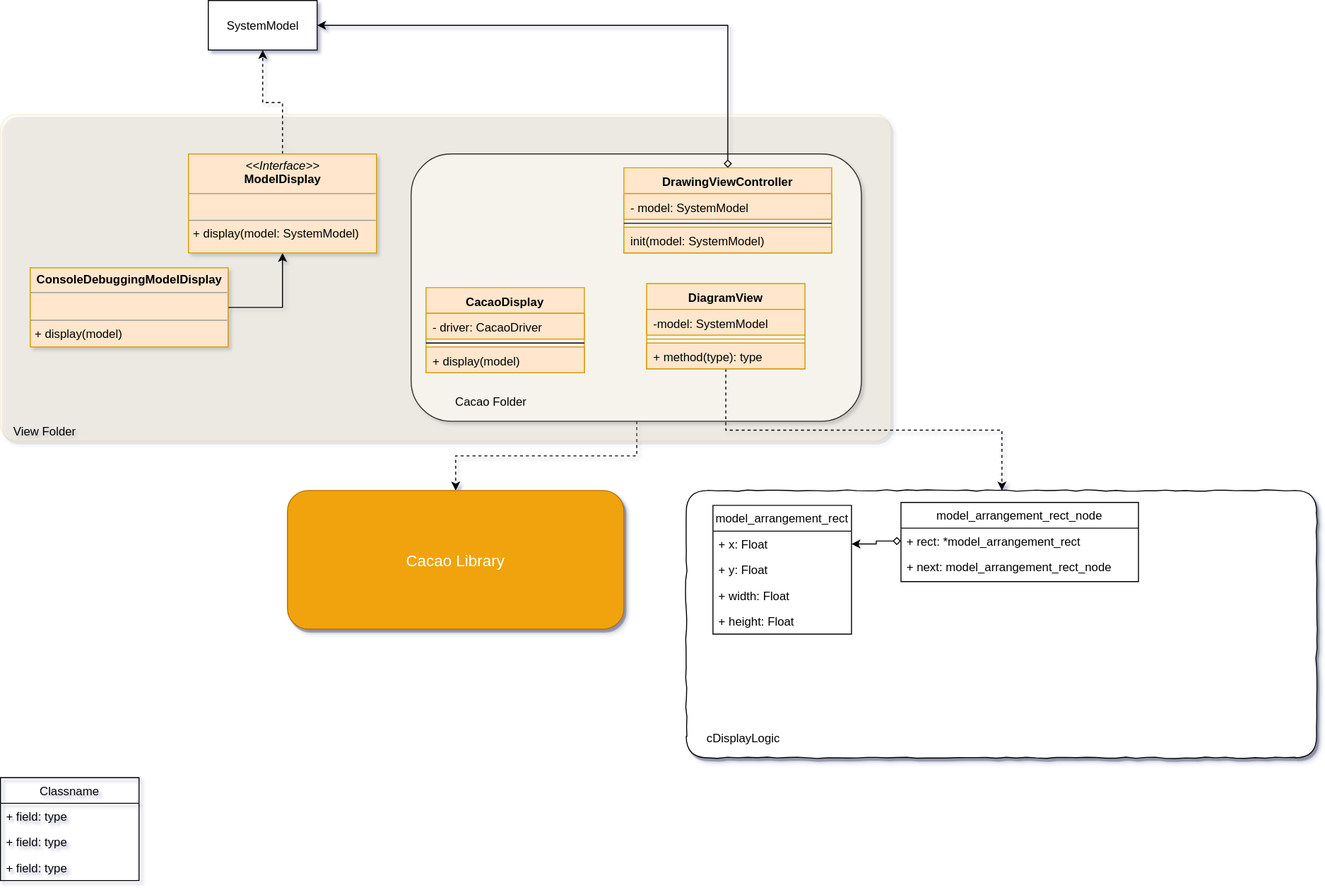
The draw.io diagram Docs/resource/SwiftCodeHelper-View.svg in kevinvandenbreemen/SwiftCodeHelper, before a commit. Source tidied: cells renumbered, new cells last; positions are measured from the earlier drawing's top-left corner, leaving out a move shared by most shapes.
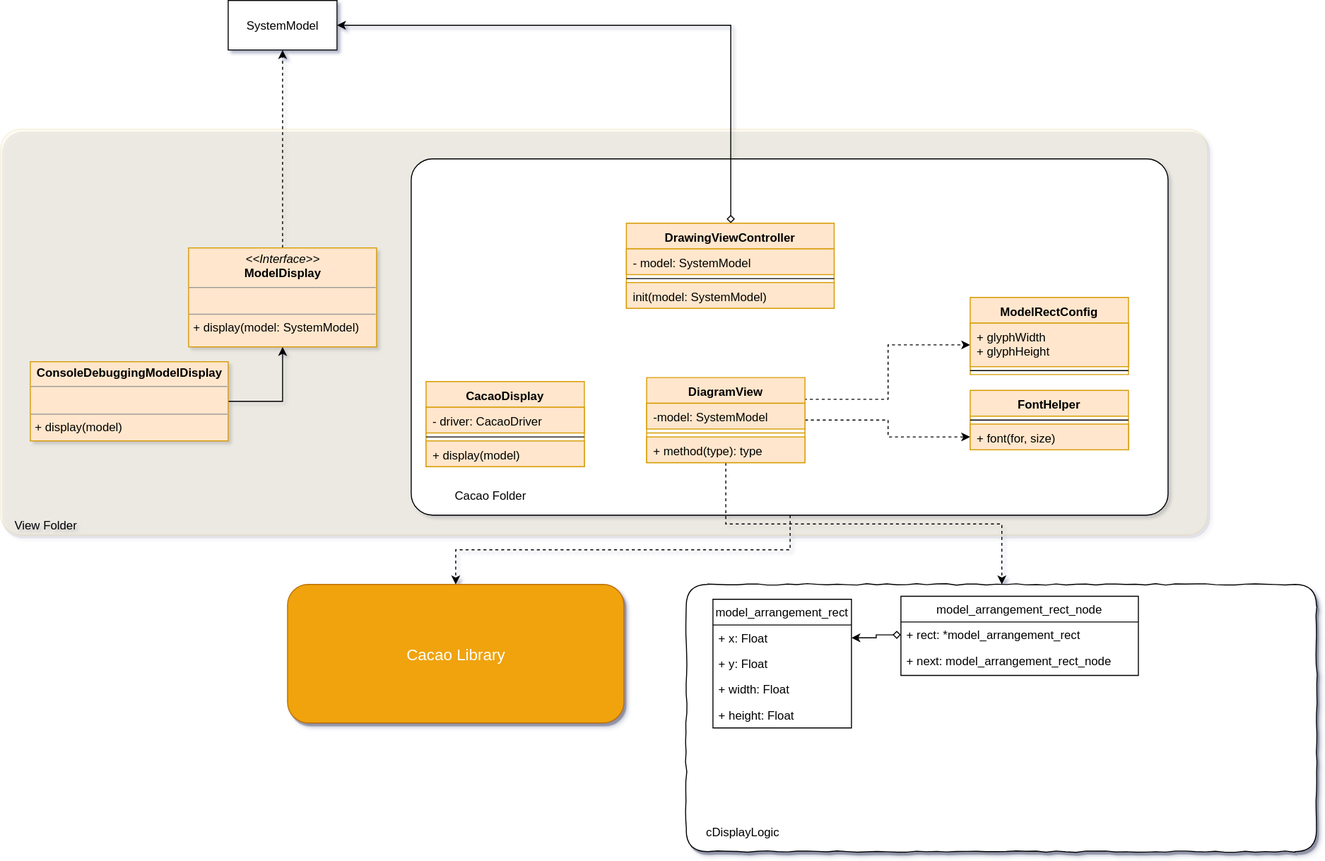
Above is the later version.

What changed in the source:
```diff
@@ -2,18 +2,18 @@
   <root>
     <mxCell id="0" />
     <mxCell id="1" parent="0" />
+    <mxCell id="5" style="rounded=1;whiteSpace=wrap;html=1;arcSize=5;fillColor=#fff2cc;strokeColor=#d6b656;opacity=20;glass=0;comic=0;shadow=1;" parent="1" vertex="1">
+      <mxGeometry y="35" width="1220" height="410" as="geometry" />
+    </mxCell>
     <mxCell id="2" style="rounded=1;whiteSpace=wrap;html=1;glass=1;shadow=1;comic=1;arcSize=8;" parent="1" vertex="1">
       <mxGeometry x="693" y="495" width="637" height="270" as="geometry" />
     </mxCell>
     <mxCell id="3" style="edgeStyle=orthogonalEdgeStyle;rounded=0;jettySize=auto;html=1;exitX=0.5;exitY=1;exitDx=0;exitDy=0;entryX=0.5;entryY=0;entryDx=0;entryDy=0;startArrow=none;startFill=0;dashed=1;" parent="1" edge="1" source="4" target="12">
       <mxGeometry relative="1" as="geometry" />
     </mxCell>
-    <mxCell id="4" style="rounded=1;whiteSpace=wrap;html=1;shadow=0;" parent="1" vertex="1">
-      <mxGeometry x="415" y="155" width="455" height="270" as="geometry" />
+    <mxCell id="4" style="rounded=1;whiteSpace=wrap;html=1;shadow=0;arcSize=6;" parent="1" vertex="1">
+      <mxGeometry x="415" y="65" width="765" height="360" as="geometry" />
     </mxCell>
-    <mxCell id="5" style="rounded=1;whiteSpace=wrap;html=1;arcSize=5;fillColor=#fff2cc;strokeColor=#d6b656;opacity=20;glass=0;comic=0;shadow=1;" parent="1" vertex="1">
-      <mxGeometry y="115" width="900" height="330" as="geometry" />
-    </mxCell>
     <mxCell id="6" style="edgeStyle=orthogonalEdgeStyle;rounded=0;jettySize=auto;html=1;exitX=1;exitY=0.5;exitDx=0;exitDy=0;entryX=0.5;entryY=1;entryDx=0;entryDy=0;" parent="1" edge="1" source="8" target="9">
       <mxGeometry relative="1" as="geometry">
         <Array as="points">
@@ -31,7 +31,7 @@
       <mxGeometry x="190" y="155" width="190" height="100" as="geometry" />
     </mxCell>
     <mxCell id="10" value="SystemModel" style="html=1;" parent="1" vertex="1">
-      <mxGeometry x="210" width="110" height="50" as="geometry" />
+      <mxGeometry x="230" y="-95" width="110" height="50" as="geometry" />
     </mxCell>
     <mxCell id="11" value="View Folder" style="text;html=1;strokeColor=none;fillColor=none;align=center;verticalAlign=middle;whiteSpace=wrap;rounded=0;" parent="1" vertex="1">
       <mxGeometry x="10" y="425" width="70" height="20" as="geometry" />
@@ -54,8 +54,14 @@
     <mxCell id="17" style="edgeStyle=orthogonalEdgeStyle;rounded=0;jettySize=auto;html=1;exitX=0.5;exitY=0;exitDx=0;exitDy=0;entryX=1;entryY=0.5;entryDx=0;entryDy=0;startArrow=diamond;startFill=0;" parent="1" edge="1" source="18" target="10">
       <mxGeometry relative="1" as="geometry" />
     </mxCell>
+    <mxCell id="42" style="edgeStyle=orthogonalEdgeStyle;rounded=0;jettySize=auto;html=1;exitX=1;exitY=0.5;exitDx=0;exitDy=0;entryX=0;entryY=0.5;entryDx=0;entryDy=0;dashed=1;" parent="1" edge="1" source="24" target="46">
+      <mxGeometry relative="1" as="geometry" />
+    </mxCell>
+    <mxCell id="43" style="edgeStyle=orthogonalEdgeStyle;rounded=0;jettySize=auto;html=1;exitX=0.991;exitY=-0.154;exitDx=0;exitDy=0;entryX=0;entryY=0.5;entryDx=0;entryDy=0;dashed=1;exitPerimeter=0;" parent="1" edge="1" source="25" target="48">
+      <mxGeometry relative="1" as="geometry" />
+    </mxCell>
     <mxCell id="18" value="DrawingViewController" style="swimlane;fontStyle=1;align=center;verticalAlign=top;horizontal=1;startSize=26;rounded=0;shadow=0;fillColor=#ffe6cc;strokeColor=#d79b00;" parent="1" vertex="1">
-      <mxGeometry x="630" y="169" width="210" height="86" as="geometry" />
+      <mxGeometry x="632.5" y="130" width="210" height="86" as="geometry" />
     </mxCell>
     <mxCell id="19" value="- model: SystemModel" style="text;strokeColor=#d79b00;fillColor=#ffe6cc;align=left;verticalAlign=top;spacingLeft=4;spacingRight=4;overflow=hidden;" parent="18" vertex="1">
       <mxGeometry y="26" width="210" height="26" as="geometry" />
@@ -87,18 +93,6 @@
     <mxCell id="28" value="cDisplayLogic" style="text;html=1;strokeColor=none;fillColor=none;align=center;verticalAlign=middle;whiteSpace=wrap;rounded=0;shadow=1;glass=1;comic=1;" parent="1" vertex="1">
       <mxGeometry x="700" y="735" width="100" height="20" as="geometry" />
     </mxCell>
-    <mxCell id="29" value="Classname" style="swimlane;fontStyle=0;horizontal=1;startSize=26;fillColor=none;shadow=0;glass=0;comic=0;" parent="1" vertex="1">
-      <mxGeometry y="785" width="140" height="104" as="geometry" />
-    </mxCell>
-    <mxCell id="30" value="+ field: type" style="text;strokeColor=none;fillColor=none;align=left;verticalAlign=top;spacingLeft=4;spacingRight=4;overflow=hidden;" parent="29" vertex="1">
-      <mxGeometry y="26" width="140" height="26" as="geometry" />
-    </mxCell>
-    <mxCell id="31" value="+ field: type" style="text;strokeColor=none;fillColor=none;align=left;verticalAlign=top;spacingLeft=4;spacingRight=4;overflow=hidden;" parent="29" vertex="1">
-      <mxGeometry y="52" width="140" height="26" as="geometry" />
-    </mxCell>
-    <mxCell id="32" value="+ field: type" style="text;strokeColor=none;fillColor=none;align=left;verticalAlign=top;spacingLeft=4;spacingRight=4;overflow=hidden;" parent="29" vertex="1">
-      <mxGeometry y="78" width="140" height="26" as="geometry" />
-    </mxCell>
     <mxCell id="33" value="model_arrangement_rect" style="swimlane;fontStyle=0;horizontal=1;startSize=26;fillColor=none;shadow=0;glass=0;comic=0;" parent="1" vertex="1">
       <mxGeometry x="720" y="510" width="140" height="130" as="geometry" />
     </mxCell>
@@ -126,5 +120,23 @@
     <mxCell id="41" style="edgeStyle=orthogonalEdgeStyle;rounded=0;jettySize=auto;html=1;exitX=0;exitY=0.5;exitDx=0;exitDy=0;entryX=1;entryY=0.5;entryDx=0;entryDy=0;startArrow=diamond;startFill=0;" parent="1" edge="1" source="39" target="34">
       <mxGeometry relative="1" as="geometry" />
     </mxCell>
+    <mxCell id="44" value="FontHelper" style="swimlane;fontStyle=1;align=center;verticalAlign=top;horizontal=1;startSize=26;fillColor=#ffe6cc;strokeColor=#d79b00;" parent="1" vertex="1">
+      <mxGeometry x="980" y="299" width="160" height="60" as="geometry" />
+    </mxCell>
+    <mxCell id="45" style="line;strokeWidth=1;fillColor=none;align=left;verticalAlign=middle;spacingTop=-1;spacingLeft=3;spacingRight=3;labelPosition=right;" parent="44" vertex="1">
+      <mxGeometry y="26" width="160" height="8" as="geometry" />
+    </mxCell>
+    <mxCell id="46" value="+ font(for, size)" style="text;strokeColor=#d79b00;fillColor=#ffe6cc;align=left;verticalAlign=top;spacingLeft=4;spacingRight=4;overflow=hidden;points=[[0,0.5],[1,0.5]];portConstraint=eastwest;" parent="44" vertex="1">
+      <mxGeometry y="34" width="160" height="26" as="geometry" />
+    </mxCell>
+    <mxCell id="47" value="ModelRectConfig" style="swimlane;fontStyle=1;align=center;verticalAlign=top;horizontal=1;startSize=26;fillColor=#ffe6cc;strokeColor=#d79b00;" parent="1" vertex="1">
+      <mxGeometry x="980" y="205" width="160" height="78" as="geometry" />
+    </mxCell>
+    <mxCell id="48" value="+ glyphWidth&#10;+ glyphHeight" style="text;strokeColor=#d79b00;fillColor=#ffe6cc;align=left;verticalAlign=top;spacingLeft=4;spacingRight=4;overflow=hidden;points=[[0,0.5],[1,0.5]];portConstraint=eastwest;" parent="47" vertex="1">
+      <mxGeometry y="26" width="160" height="44" as="geometry" />
+    </mxCell>
+    <mxCell id="49" style="line;strokeWidth=1;fillColor=none;align=left;verticalAlign=middle;spacingTop=-1;spacingLeft=3;spacingRight=3;labelPosition=right;" parent="47" vertex="1">
+      <mxGeometry y="70" width="160" height="8" as="geometry" />
+    </mxCell>
   </root>
 </mxGraphModel>
```
